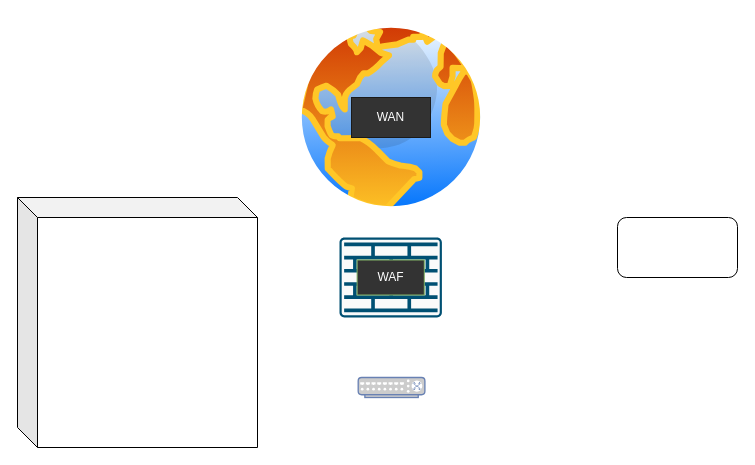
Earlier version of the draw.io diagram Tetha.drawio (Tiafoxxx/BW1). Source tidied: cells renumbered, new cells numbered last; positions are measured from the earlier drawing's top-left corner, leaving out a move shared by most shapes. Both pictures are drawn from the tidied source at 100%, with x=0, y=0 at pixel (17, 17).
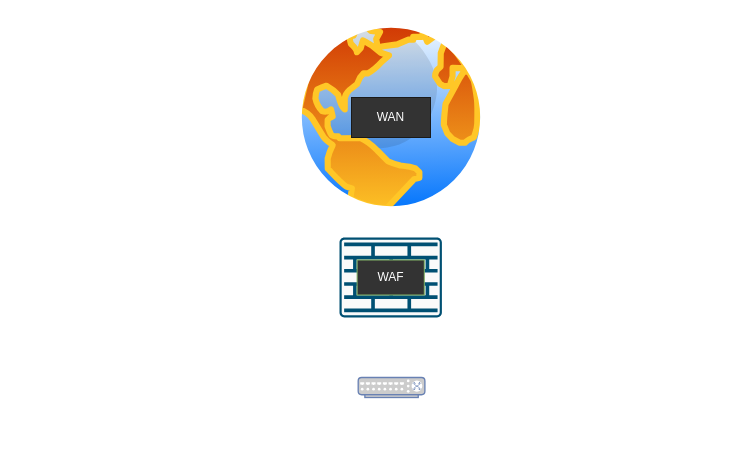
After the change.

Diff of the diagram source:
```diff
@@
 <mxGraphModel>
   <root>
     <mxCell id="0" />
     <mxCell id="1" parent="0" />
     <mxCell id="2" style="image;perimeter=ellipsePerimeter;html=1;align=center;shadow=0;dashed=0;spacingTop=3;image=img/lib/active_directory/internet_globe.svg;" parent="1" vertex="1">
       <mxGeometry x="274" width="200" height="200" as="geometry" />
     </mxCell>
     <mxCell id="3" value="&lt;font color=&quot;#ffffff&quot;&gt;WAN&lt;/font&gt;" style="text;align=center;html=1;verticalAlign=middle;whiteSpace=wrap;rounded=0;fillColor=#333333;strokeColor=#1A1A1A;gradientColor=none;" parent="1" vertex="1">
       <mxGeometry x="334" y="80" width="79" height="40" as="geometry" />
     </mxCell>
     <mxCell id="4" style="sketch=0;verticalLabelPosition=bottom;html=1;verticalAlign=top;align=center;shape=mxgraph.cisco19.rect;prIcon=firewall;fillColor=#FAFAFA;strokeColor=#005073;" parent="1" vertex="1">
       <mxGeometry x="322" y="220" width="102.4" height="80" as="geometry" />
     </mxCell>
     <mxCell id="5" value="&lt;font color=&quot;#ffffff&quot;&gt;WAF&lt;/font&gt;" style="text;strokeColor=#82b366;align=center;fillColor=#333333;html=1;verticalAlign=middle;whiteSpace=wrap;rounded=0;gradientColor=none;" parent="1" vertex="1">
       <mxGeometry x="339.6" y="242.5" width="67.2" height="35" as="geometry" />
     </mxCell>
     <mxCell id="6" style="fontColor=#0066CC;verticalAlign=top;verticalLabelPosition=bottom;labelPosition=center;align=center;html=1;fillColor=#CCCCCC;strokeColor=#6881B3;gradientColor=none;gradientDirection=north;strokeWidth=2;shape=mxgraph.networks.switch;" parent="1" vertex="1">
       <mxGeometry x="340.7" y="360" width="66.7" height="20" as="geometry" />
     </mxCell>
-    <mxCell id="7" style="shape=cube;whiteSpace=wrap;html=1;boundedLbl=1;backgroundOutline=1;darkOpacity=0.05;darkOpacity2=0.1;" parent="1" vertex="1">
-      <mxGeometry y="180" width="240" height="250" as="geometry" />
-    </mxCell>
-    <mxCell id="8" style="rounded=1;whiteSpace=wrap;html=1;" parent="1" vertex="1">
-      <mxGeometry x="600" y="200" width="120" height="60" as="geometry" />
-    </mxCell>
   </root>
 </mxGraphModel>
```
